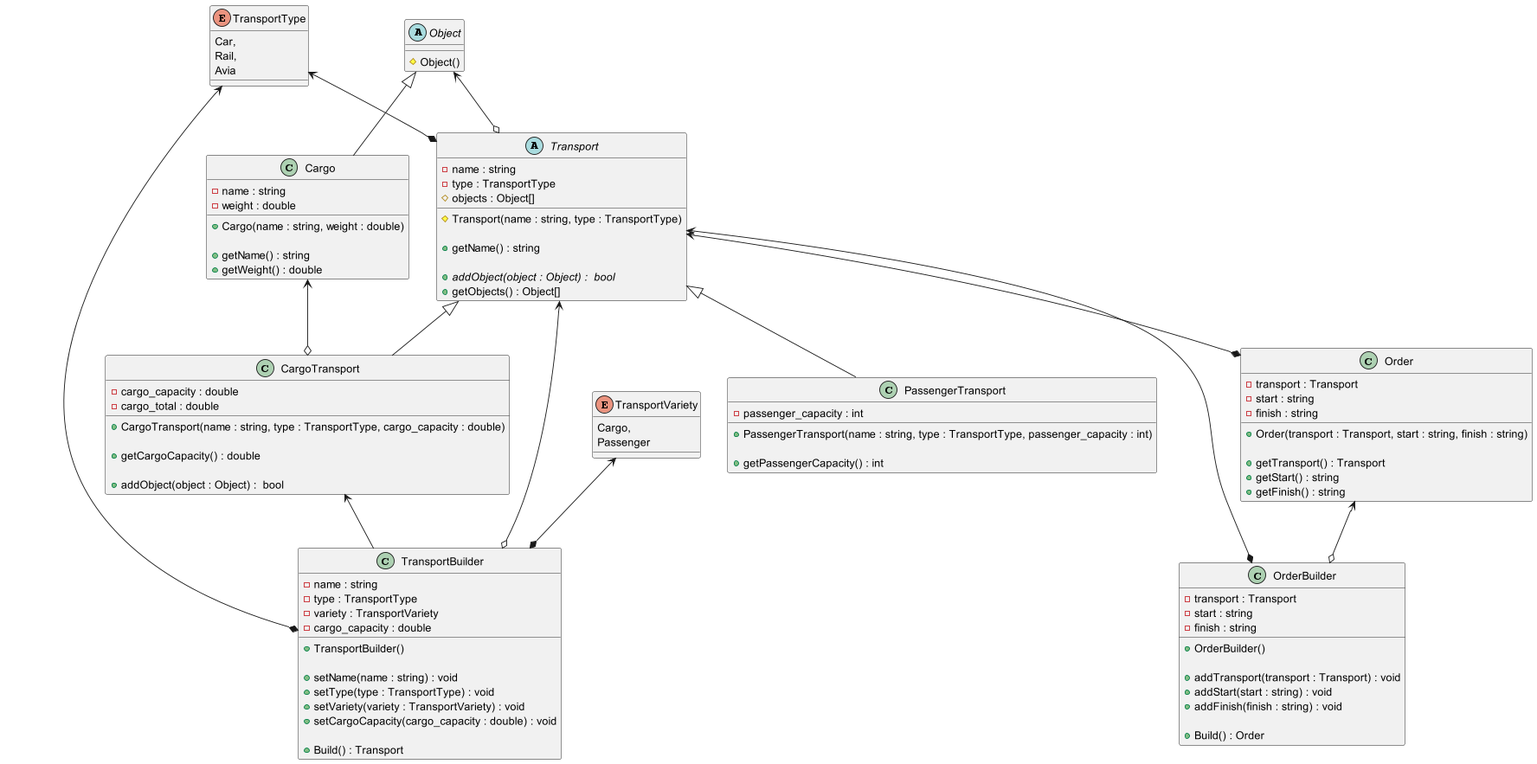
Before: class_diagram.png, a diagram exported from PlantUML (it-top-shambala/TransportCompany_).
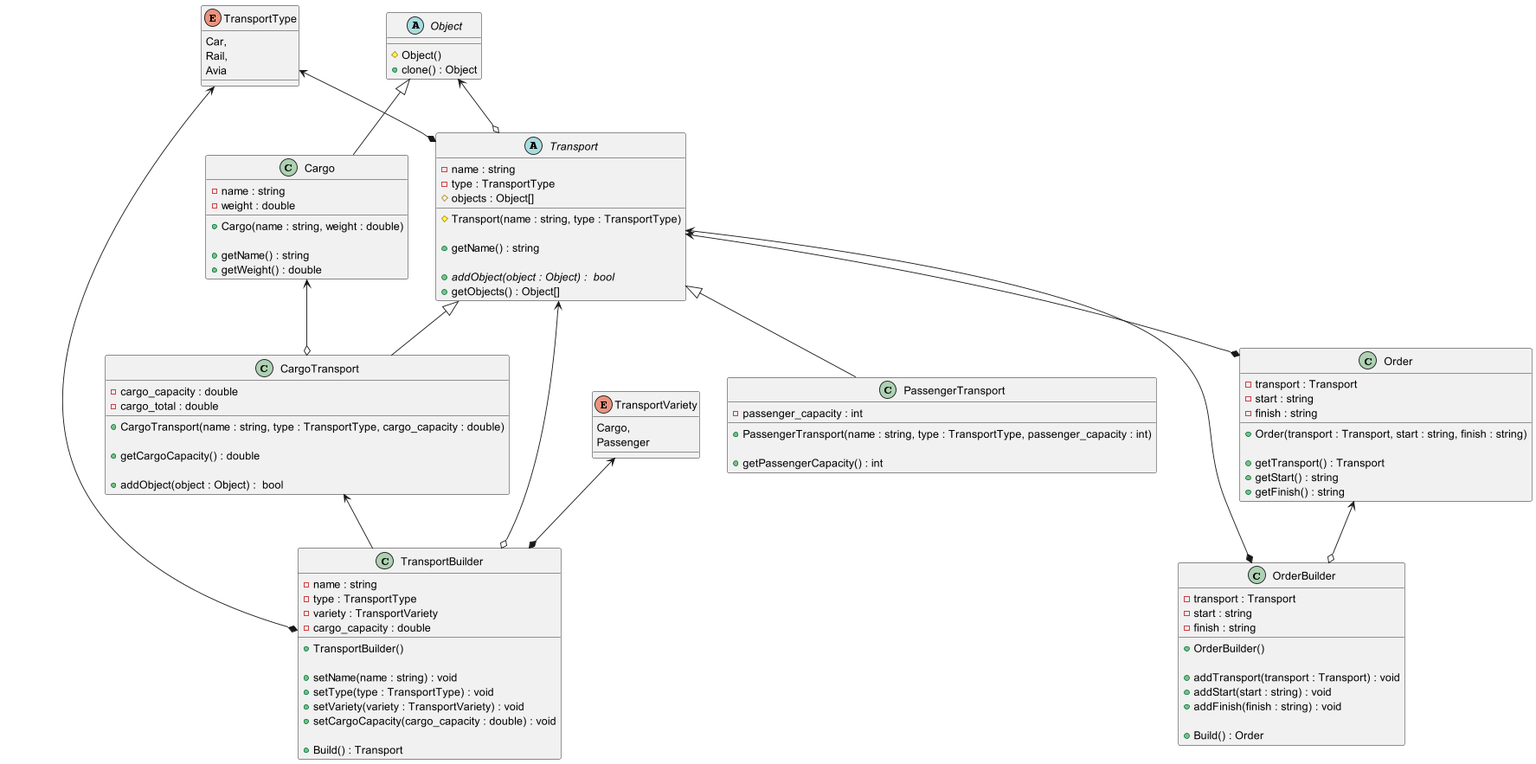
After the commit.

Commit message:
Update class Object (add clone())

What changed in the source:
```diff
@@ -8,6 +8,7 @@
 
 abstract class Object {
 # Object()
++ clone() : Object
 }
 
 Object <|-- Cargo
```
